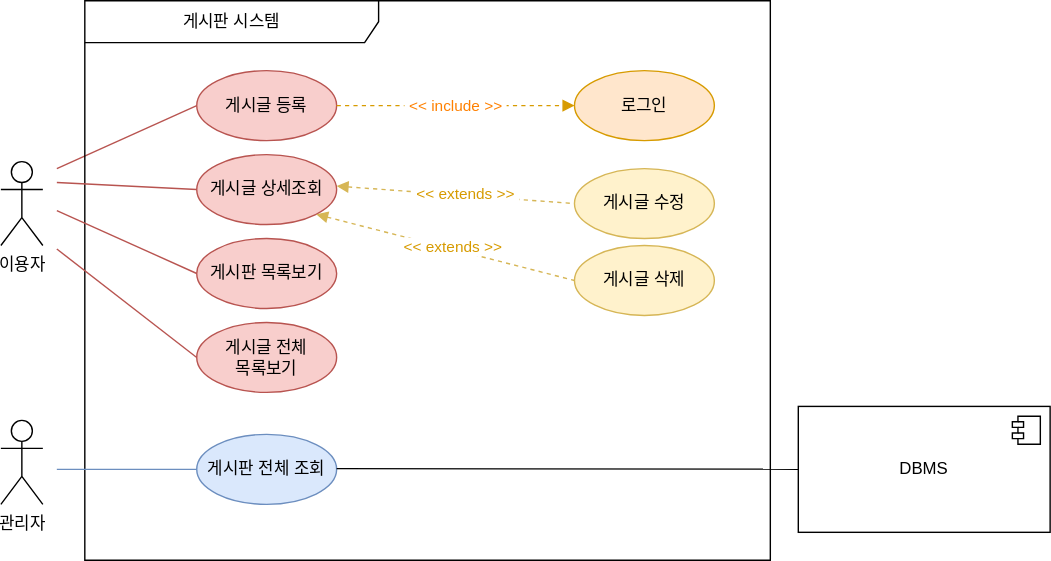
The draw.io diagram 게시판시스템.drawio.svg in sminxxi/multi_it_test, before a commit. Source tidied: cells renumbered, new cells last; positions are measured from the earlier drawing's top-left corner, leaving out a move shared by most shapes.
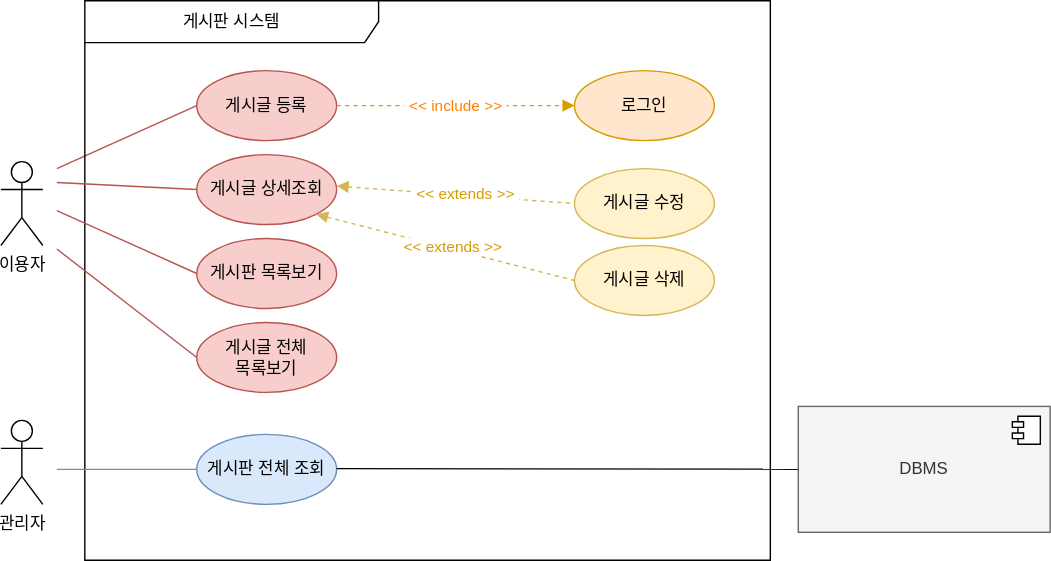
After the change.

Commit message:
게시판시스템.drawio.svg 수정

The edit, as a diff of the source:
```diff
@@ -84,7 +84,7 @@
         <mxPoint x="240" y="334.5" as="sourcePoint" />
       </mxGeometry>
     </mxCell>
-    <mxCell id="24" value="DBMS" style="html=1;whiteSpace=wrap;" parent="1" vertex="1">
+    <mxCell id="24" value="DBMS" style="html=1;whiteSpace=wrap;fillColor=#f5f5f5;fontColor=#333333;strokeColor=#666666;" parent="1" vertex="1">
       <mxGeometry x="570" y="290" width="180" height="90" as="geometry" />
     </mxCell>
     <mxCell id="25" style="shape=module;jettyWidth=8;jettyHeight=4;" parent="24" vertex="1">
```
